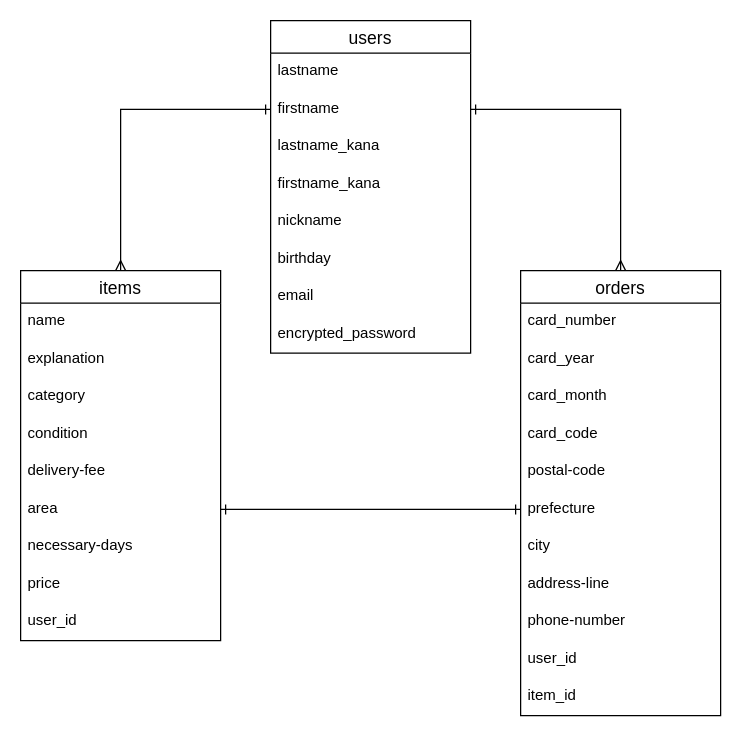
This is ER.dio from masaki511/furima-31545, a draw.io file, before an edit. Source tidied: cells renumbered, new cells numbered last; positions are measured from the earlier drawing's top-left corner, leaving out a move shared by most shapes. Both pictures are drawn from the tidied source at 125%, with x=0, y=0 at pixel (20, 20).
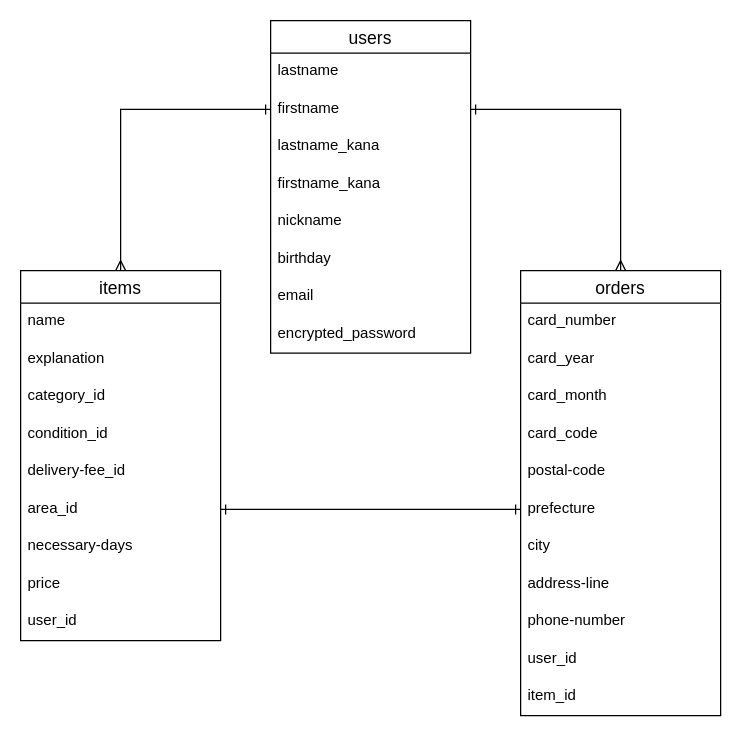
Above is the later version.

Commit message (it also covers changes not shown here):
データベース設計の修正_references型のカラム名

Unchanged cells that the change refers to:
```xml
<mxCell id="11" value="items" style="swimlane;fontStyle=0;horizontal=1;startSize=26;align=center;fontSize=14;" parent="1" vertex="1">
  <mxGeometry y="200" width="160" height="296" as="geometry" />
</mxCell>
```

Diff of the diagram source:
```diff
@@
-    <mxCell id="14" value="category" style="text;strokeColor=none;fillColor=none;spacingLeft=4;spacingRight=4;overflow=hidden;fontSize=12;" parent="11" vertex="1">
+    <mxCell id="14" value="category_id" style="text;strokeColor=none;fillColor=none;spacingLeft=4;spacingRight=4;overflow=hidden;fontSize=12;" parent="11" vertex="1">
       <mxGeometry y="86" width="160" height="30" as="geometry" />
     </mxCell>
-    <mxCell id="15" value="condition" style="text;strokeColor=none;fillColor=none;spacingLeft=4;spacingRight=4;overflow=hidden;fontSize=12;" parent="11" vertex="1">
+    <mxCell id="15" value="condition_id" style="text;strokeColor=none;fillColor=none;spacingLeft=4;spacingRight=4;overflow=hidden;fontSize=12;" parent="11" vertex="1">
       <mxGeometry y="116" width="160" height="30" as="geometry" />
     </mxCell>
-    <mxCell id="16" value="delivery-fee" style="text;strokeColor=none;fillColor=none;spacingLeft=4;spacingRight=4;overflow=hidden;fontSize=12;" parent="11" vertex="1">
+    <mxCell id="16" value="delivery-fee_id" style="text;strokeColor=none;fillColor=none;spacingLeft=4;spacingRight=4;overflow=hidden;fontSize=12;" parent="11" vertex="1">
       <mxGeometry y="146" width="160" height="30" as="geometry" />
     </mxCell>
-    <mxCell id="17" value="area" style="text;strokeColor=none;fillColor=none;spacingLeft=4;spacingRight=4;overflow=hidden;points=[[0,0.5],[1,0.5]];portConstraint=eastwest;fontSize=12;" parent="11" vertex="1">
+    <mxCell id="17" value="area_id" style="text;strokeColor=none;fillColor=none;spacingLeft=4;spacingRight=4;overflow=hidden;points=[[0,0.5],[1,0.5]];portConstraint=eastwest;fontSize=12;" parent="11" vertex="1">
       <mxGeometry y="176" width="160" height="30" as="geometry" />
     </mxCell>
```
